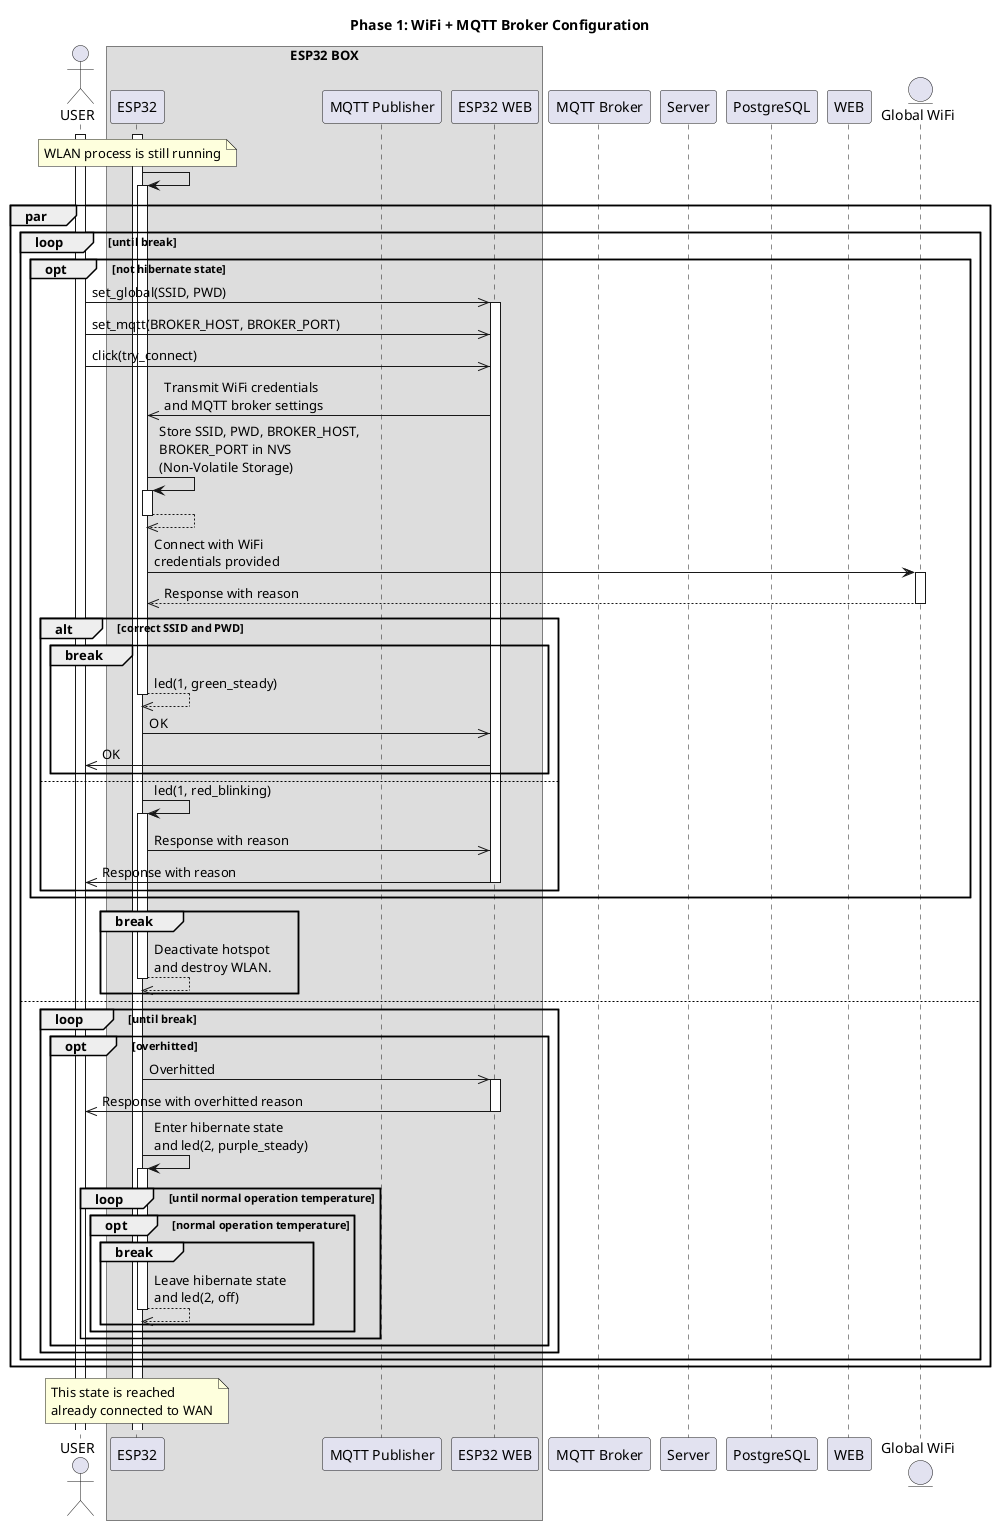
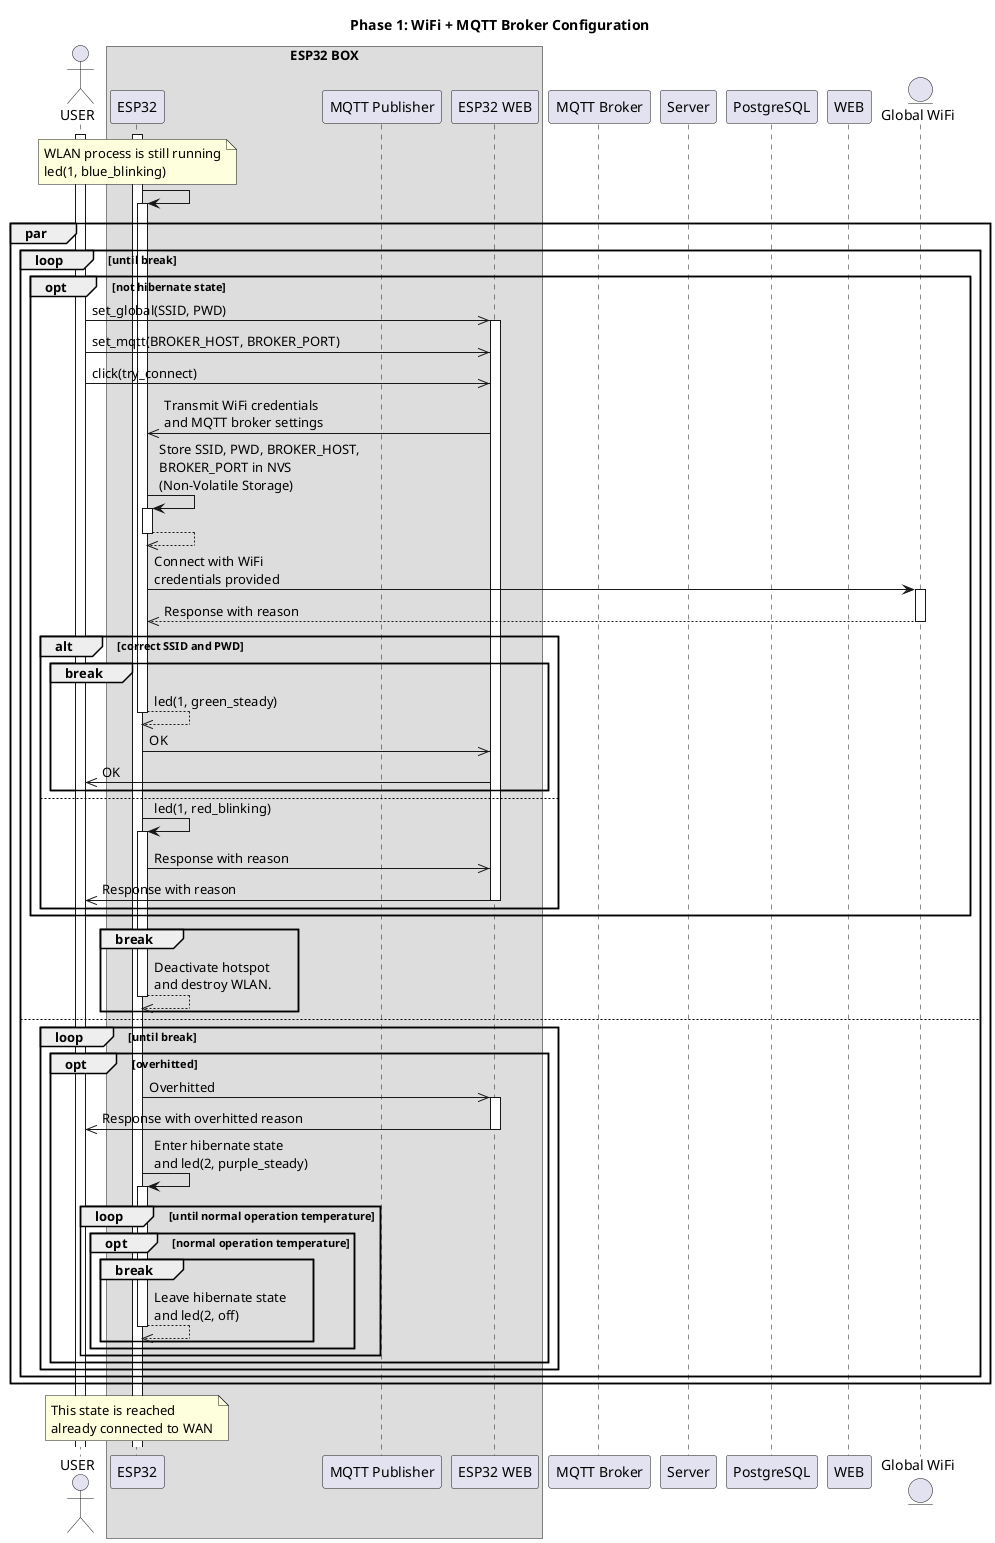
@startuml

title Phase 1: WiFi + MQTT Broker Configuration

actor USER

box "ESP32 BOX"
participant ESP32
participant "MQTT Publisher" as MQTTPUB
participant "ESP32 WEB" as ESPWEB
end box

participant "MQTT Broker" as MQTTBROKER
participant Server
participant "PostgreSQL" as DB
participant WEB
entity "Global WiFi" as GWIFI

activate USER
activate ESP32
- note over ESP32: WLAN process is still running
+ note over ESP32: WLAN process is still running\nled(1, blue_blinking)
ESP32 -> ESP32 ++

par
  loop until break
    opt not hibernate state
      USER ->> ESPWEB ++: set_global(SSID, PWD)
      USER ->> ESPWEB: set_mqtt(BROKER_HOST, BROKER_PORT)
      USER ->> ESPWEB: click(try_connect)
      ESPWEB ->> ESP32: Transmit WiFi credentials\nand MQTT broker settings
      ESP32 -> ESP32 ++: Store SSID, PWD, BROKER_HOST,\nBROKER_PORT in NVS\n(Non-Volatile Storage)
      ESP32 -->> ESP32 --
      ESP32 -> GWIFI ++: Connect with WiFi\ncredentials provided
      GWIFI -->> ESP32 --: Response with reason
      alt correct SSID and PWD
        break
          ESP32 -->> ESP32 --: led(1, green_steady)
          ESP32 ->> ESPWEB: OK
          ESPWEB ->> USER: OK
        end
      else
        ESP32 -> ESP32 ++: led(1, red_blinking)
        ESP32 ->> ESPWEB: Response with reason
        ESPWEB ->> USER --: Response with reason
      end
    end
    break
      ESP32 -->> ESP32 --: Deactivate hotspot\nand destroy WLAN.
    end
  else
    loop until break
      opt overhitted
        ESP32 ->> ESPWEB ++: Overhitted
        ESPWEB ->> USER --: Response with overhitted reason
        ESP32 -> ESP32 ++: Enter hibernate state\nand led(2, purple_steady)
        loop until normal operation temperature
          opt normal operation temperature
            break
              ESP32 -->> ESP32 --: Leave hibernate state\nand led(2, off)
            end
          end
        end
      end
    end
  end
end loop

note over ESP32: This state is reached\nalready connected to WAN

@enduml
